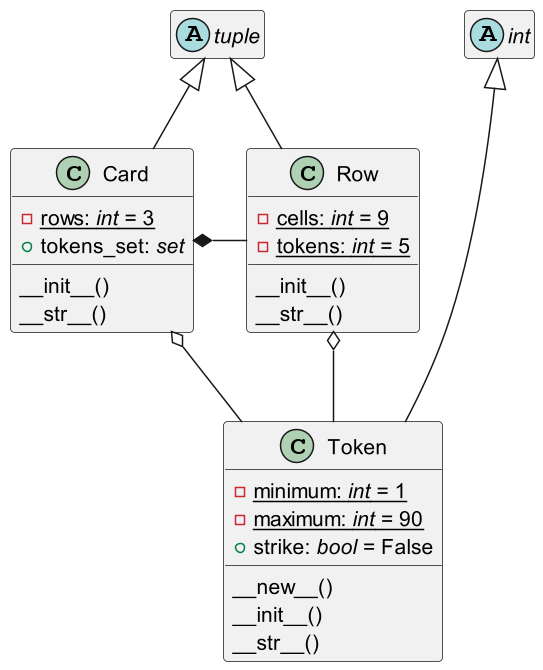
Earlier version of the PlantUML export docs/model.png (learning-AIU/python-developer-9).
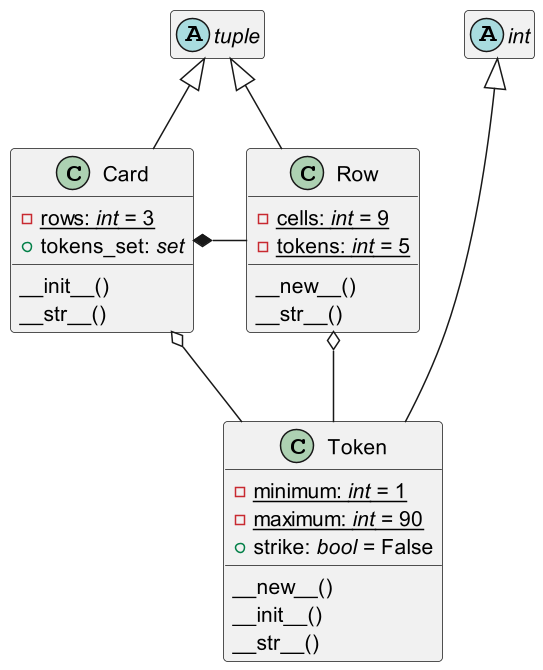
The same file after the commit.

Commit message:
модель игровых элементов: замена метода Row

version 0.92
>class Row

The edit, as a diff of the source:
```diff
@@ -20,7 +20,7 @@
 class Row {
     -{static}cells: <i>int</i> = 9
     -{static}tokens: <i>int</i> = 5
-    __init__()
+    __new__()
     __str__()
 }
 
```
